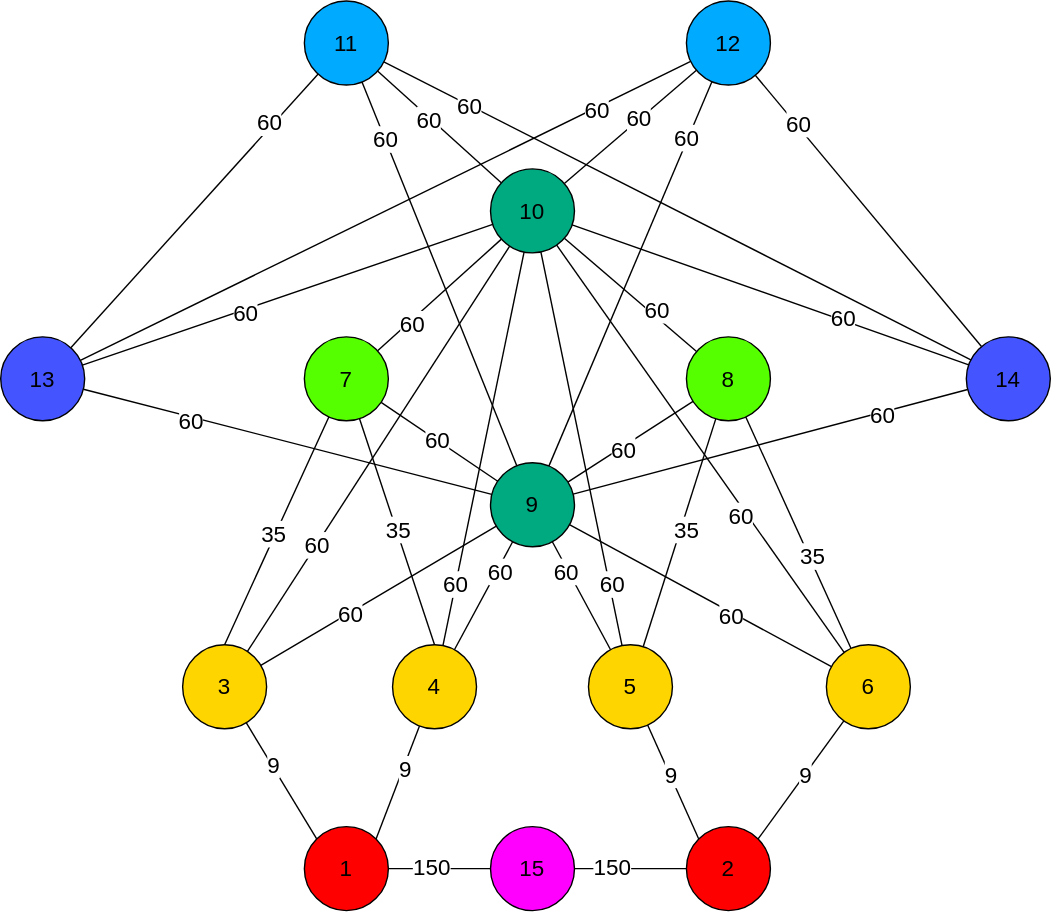
Above: site/public/maze.drawio.svg in sukolenvo/h5_template (draw.io), before the change. Source tidied: cells renumbered, new cells last; positions are measured from the earlier drawing's top-left corner, leaving out a move shared by most shapes.
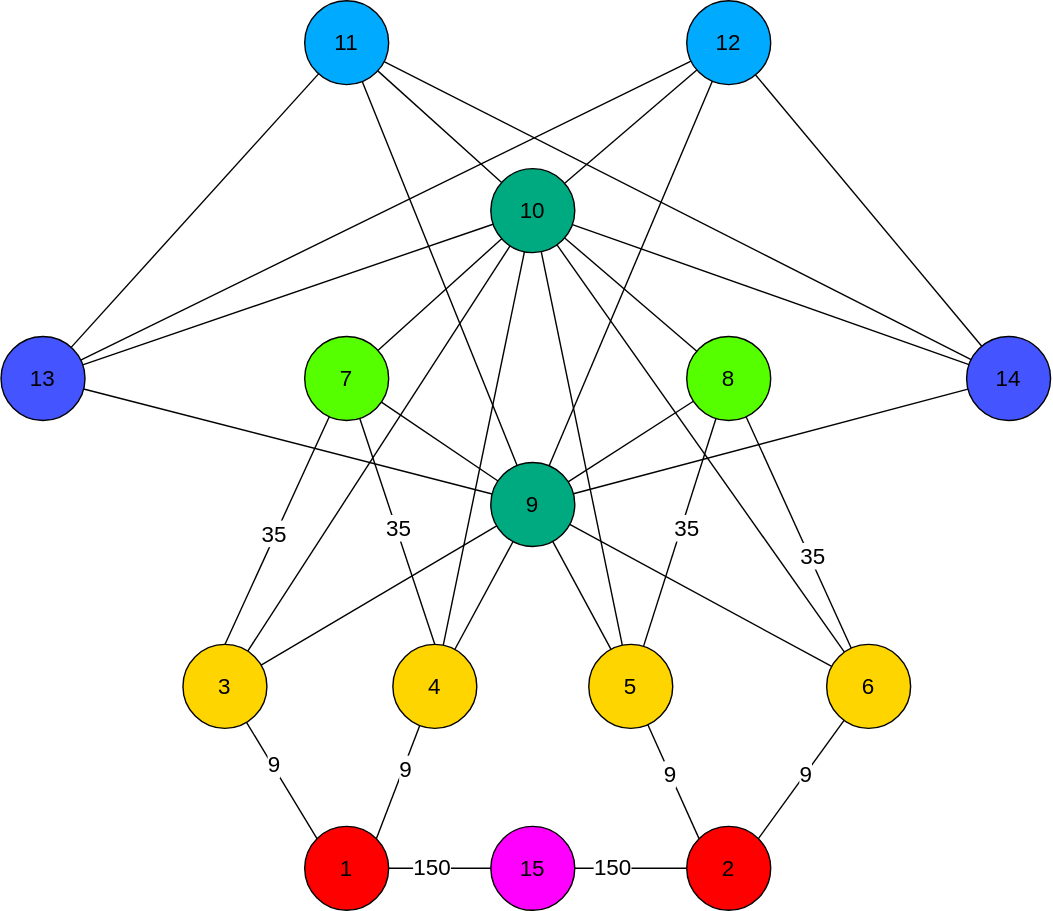
The same file after the commit.

Change to the diagram source:
```diff
@@ -41,20 +41,12 @@
     <mxCell id="14" style="edgeStyle=none;rounded=0;jettySize=auto;html=1;strokeColor=default;align=center;verticalAlign=middle;fontFamily=Helvetica;fontSize=16;fontColor=default;labelBackgroundColor=default;endArrow=none;endFill=0;" parent="1" edge="1" source="16" target="56">
       <mxGeometry relative="1" as="geometry" />
     </mxCell>
-    <mxCell id="15" value="60" style="edgeLabel;html=1;align=center;verticalAlign=middle;strokeColor=default;fontFamily=Helvetica;fontSize=16;fontColor=default;fillColor=default;" parent="14" vertex="1">
-      <mxGeometry x="-0.34" y="-4" relative="1" as="geometry" />
-    </mxCell>
     <mxCell id="16" value="8" style="ellipse;whiteSpace=wrap;html=1;fillColor=#55ff00;fontSize=16;" parent="1" vertex="1">
       <mxGeometry x="490" y="240" width="60" height="60" as="geometry" />
     </mxCell>
     <mxCell id="17" style="edgeStyle=none;rounded=0;jettySize=auto;html=1;strokeColor=default;align=center;verticalAlign=middle;fontFamily=Helvetica;fontSize=16;fontColor=default;labelBackgroundColor=default;endArrow=none;endFill=0;" parent="1" edge="1" source="19" target="56">
       <mxGeometry relative="1" as="geometry" />
     </mxCell>
-    <mxCell id="18" value="60" style="edgeLabel;html=1;align=center;verticalAlign=middle;strokeColor=default;fontFamily=Helvetica;fontSize=16;fontColor=default;fillColor=default;" parent="17" vertex="1">
-      <mxGeometry x="-0.47" y="-1" relative="1" as="geometry">
-        <mxPoint y="1" as="offset" />
-      </mxGeometry>
-    </mxCell>
     <mxCell id="19" value="7" style="ellipse;whiteSpace=wrap;html=1;fillColor=#55ff00;fontSize=16;" parent="1" vertex="1">
       <mxGeometry x="217" y="240" width="60" height="60" as="geometry" />
     </mxCell>
@@ -82,126 +74,69 @@
     <mxCell id="27" style="edgeStyle=none;rounded=0;jettySize=auto;html=1;strokeColor=default;align=center;verticalAlign=middle;fontFamily=Helvetica;fontSize=16;fontColor=default;labelBackgroundColor=default;endArrow=none;endFill=0;" parent="1" edge="1" source="31" target="40">
       <mxGeometry relative="1" as="geometry" />
     </mxCell>
-    <mxCell id="28" value="60" style="edgeLabel;html=1;align=center;verticalAlign=middle;strokeColor=default;fontFamily=Helvetica;fontSize=16;fontColor=default;fillColor=default;" parent="27" vertex="1">
-      <mxGeometry x="-0.24" y="3" relative="1" as="geometry" />
-    </mxCell>
     <mxCell id="29" style="edgeStyle=none;rounded=0;jettySize=auto;html=1;strokeColor=default;align=center;verticalAlign=middle;fontFamily=Helvetica;fontSize=16;fontColor=default;labelBackgroundColor=default;endArrow=none;endFill=0;" parent="1" edge="1" source="31" target="56">
       <mxGeometry relative="1" as="geometry" />
     </mxCell>
-    <mxCell id="30" value="60" style="edgeLabel;html=1;align=center;verticalAlign=middle;strokeColor=default;fontFamily=Helvetica;fontSize=16;fontColor=default;fillColor=default;" parent="29" vertex="1">
-      <mxGeometry x="-0.31" y="4" relative="1" as="geometry" />
-    </mxCell>
     <mxCell id="31" value="6" style="ellipse;whiteSpace=wrap;html=1;fillColor=#FFD500;fontSize=16;" parent="1" vertex="1">
       <mxGeometry x="590" y="460" width="60" height="60" as="geometry" />
     </mxCell>
     <mxCell id="32" style="edgeStyle=none;rounded=0;jettySize=auto;html=1;strokeColor=default;align=center;verticalAlign=middle;fontFamily=Helvetica;fontSize=16;fontColor=default;labelBackgroundColor=default;endArrow=none;endFill=0;" parent="1" edge="1" source="40" target="16">
       <mxGeometry relative="1" as="geometry" />
     </mxCell>
-    <mxCell id="33" value="60" style="edgeLabel;html=1;align=center;verticalAlign=middle;strokeColor=default;fontFamily=Helvetica;fontSize=16;fontColor=default;fillColor=default;" parent="32" vertex="1">
-      <mxGeometry x="-0.15" y="-2" relative="1" as="geometry" />
-    </mxCell>
     <mxCell id="34" style="edgeStyle=none;rounded=0;jettySize=auto;html=1;strokeColor=default;align=center;verticalAlign=middle;fontFamily=Helvetica;fontSize=16;fontColor=default;labelBackgroundColor=default;endArrow=none;endFill=0;" parent="1" edge="1" source="40" target="19">
       <mxGeometry relative="1" as="geometry" />
     </mxCell>
-    <mxCell id="35" value="60" style="edgeLabel;html=1;align=center;verticalAlign=middle;strokeColor=default;fontFamily=Helvetica;fontSize=16;fontColor=default;fillColor=default;" parent="34" vertex="1">
-      <mxGeometry x="0.05" y="1" relative="1" as="geometry">
-        <mxPoint y="-1" as="offset" />
-      </mxGeometry>
-    </mxCell>
     <mxCell id="36" style="edgeStyle=none;rounded=0;jettySize=auto;html=1;strokeColor=default;align=center;verticalAlign=middle;fontFamily=Helvetica;fontSize=16;fontColor=default;labelBackgroundColor=default;endArrow=none;endFill=0;" parent="1" edge="1" source="40" target="23">
       <mxGeometry relative="1" as="geometry" />
     </mxCell>
-    <mxCell id="37" value="60" style="edgeLabel;html=1;align=center;verticalAlign=middle;strokeColor=default;fontFamily=Helvetica;fontSize=16;fontColor=default;fillColor=default;" parent="36" vertex="1">
-      <mxGeometry x="0.7" relative="1" as="geometry" />
-    </mxCell>
     <mxCell id="38" style="edgeStyle=none;rounded=0;jettySize=auto;html=1;strokeColor=default;align=center;verticalAlign=middle;fontFamily=Helvetica;fontSize=16;fontColor=default;labelBackgroundColor=default;endArrow=none;endFill=0;" parent="1" edge="1" source="40" target="24">
       <mxGeometry relative="1" as="geometry" />
     </mxCell>
-    <mxCell id="39" value="60" style="edgeLabel;html=1;align=center;verticalAlign=middle;strokeColor=default;fontFamily=Helvetica;fontSize=16;fontColor=default;fillColor=default;" parent="38" vertex="1">
-      <mxGeometry x="0.7" y="2" relative="1" as="geometry">
-        <mxPoint x="1" as="offset" />
-      </mxGeometry>
-    </mxCell>
     <mxCell id="40" value="9" style="ellipse;whiteSpace=wrap;html=1;fillColor=#00AA80;fontSize=16;" parent="1" vertex="1">
       <mxGeometry x="350" y="330" width="60" height="60" as="geometry" />
     </mxCell>
     <mxCell id="41" style="edgeStyle=none;rounded=0;jettySize=auto;html=1;strokeColor=default;align=center;verticalAlign=middle;fontFamily=Helvetica;fontSize=16;fontColor=default;labelBackgroundColor=default;endArrow=none;endFill=0;" parent="1" edge="1" source="47" target="24">
       <mxGeometry relative="1" as="geometry" />
     </mxCell>
-    <mxCell id="42" value="60" style="edgeLabel;html=1;align=center;verticalAlign=middle;strokeColor=default;fontFamily=Helvetica;fontSize=16;fontColor=default;fillColor=default;" parent="41" vertex="1">
-      <mxGeometry x="0.69" y="-1" relative="1" as="geometry" />
-    </mxCell>
     <mxCell id="43" style="edgeStyle=none;rounded=0;jettySize=auto;html=1;strokeColor=default;align=center;verticalAlign=middle;fontFamily=Helvetica;fontSize=16;fontColor=default;labelBackgroundColor=default;endArrow=none;endFill=0;" parent="1" edge="1" source="47" target="23">
       <mxGeometry relative="1" as="geometry" />
     </mxCell>
-    <mxCell id="44" value="60" style="edgeLabel;html=1;align=center;verticalAlign=middle;strokeColor=default;fontFamily=Helvetica;fontSize=16;fontColor=default;fillColor=default;" parent="43" vertex="1">
-      <mxGeometry x="0.63" y="3" relative="1" as="geometry" />
-    </mxCell>
     <mxCell id="45" style="edgeStyle=none;rounded=0;jettySize=auto;html=1;strokeColor=default;align=center;verticalAlign=middle;fontFamily=Helvetica;fontSize=16;fontColor=default;labelBackgroundColor=default;endArrow=none;endFill=0;" parent="1" edge="1" source="47" target="40">
       <mxGeometry relative="1" as="geometry" />
     </mxCell>
-    <mxCell id="46" value="60" style="edgeLabel;html=1;align=center;verticalAlign=middle;strokeColor=default;fontFamily=Helvetica;fontSize=16;fontColor=default;fillColor=default;" parent="45" vertex="1">
-      <mxGeometry x="-0.48" y="-2" relative="1" as="geometry" />
-    </mxCell>
     <mxCell id="47" value="13" style="ellipse;whiteSpace=wrap;html=1;fillColor=#4455ff;fontSize=16;" parent="1" vertex="1">
       <mxGeometry y="240" width="60" height="60" as="geometry" />
     </mxCell>
     <mxCell id="48" style="edgeStyle=none;rounded=0;jettySize=auto;html=1;strokeColor=default;align=center;verticalAlign=middle;fontFamily=Helvetica;fontSize=16;fontColor=default;labelBackgroundColor=default;endArrow=none;endFill=0;" parent="1" edge="1" source="56" target="47">
       <mxGeometry relative="1" as="geometry" />
     </mxCell>
-    <mxCell id="49" value="60" style="edgeLabel;html=1;align=center;verticalAlign=middle;strokeColor=default;fontFamily=Helvetica;fontSize=16;fontColor=default;fillColor=default;" parent="48" vertex="1">
-      <mxGeometry x="0.21" y="2" relative="1" as="geometry" />
-    </mxCell>
     <mxCell id="50" style="edgeStyle=none;rounded=0;jettySize=auto;html=1;strokeColor=default;align=center;verticalAlign=middle;fontFamily=Helvetica;fontSize=16;fontColor=default;labelBackgroundColor=default;endArrow=none;endFill=0;" parent="1" edge="1" source="56" target="63">
       <mxGeometry relative="1" as="geometry" />
     </mxCell>
-    <mxCell id="51" value="60" style="edgeLabel;html=1;align=center;verticalAlign=middle;strokeColor=default;fontFamily=Helvetica;fontSize=16;fontColor=default;fillColor=default;" parent="50" vertex="1">
-      <mxGeometry x="0.36" y="1" relative="1" as="geometry" />
-    </mxCell>
     <mxCell id="52" style="edgeStyle=none;rounded=0;jettySize=auto;html=1;strokeColor=default;align=center;verticalAlign=middle;fontFamily=Helvetica;fontSize=16;fontColor=default;labelBackgroundColor=default;endArrow=none;endFill=0;" parent="1" edge="1" source="56" target="23">
       <mxGeometry relative="1" as="geometry" />
     </mxCell>
-    <mxCell id="53" value="60" style="edgeLabel;html=1;align=center;verticalAlign=middle;strokeColor=default;fontFamily=Helvetica;fontSize=16;fontColor=default;fillColor=default;" parent="52" vertex="1">
-      <mxGeometry x="0.15" y="1" relative="1" as="geometry" />
-    </mxCell>
     <mxCell id="54" style="edgeStyle=none;rounded=0;jettySize=auto;html=1;strokeColor=default;align=center;verticalAlign=middle;fontFamily=Helvetica;fontSize=16;fontColor=default;labelBackgroundColor=default;endArrow=none;endFill=0;" parent="1" edge="1" source="56" target="24">
       <mxGeometry relative="1" as="geometry" />
     </mxCell>
-    <mxCell id="55" value="60" style="edgeLabel;html=1;align=center;verticalAlign=middle;strokeColor=default;fontFamily=Helvetica;fontSize=16;fontColor=default;fillColor=default;" parent="54" vertex="1">
-      <mxGeometry x="0.12" y="2" relative="1" as="geometry">
-        <mxPoint x="1" as="offset" />
-      </mxGeometry>
-    </mxCell>
     <mxCell id="56" value="10" style="ellipse;whiteSpace=wrap;html=1;fillColor=#00AA80;fontSize=16;" parent="1" vertex="1">
       <mxGeometry x="350" y="120" width="60" height="60" as="geometry" />
     </mxCell>
     <mxCell id="57" style="edgeStyle=none;rounded=0;jettySize=auto;html=1;strokeColor=default;align=center;verticalAlign=middle;fontFamily=Helvetica;fontSize=16;fontColor=default;labelBackgroundColor=default;endArrow=none;endFill=0;" parent="1" edge="1" source="63" target="24">
       <mxGeometry relative="1" as="geometry" />
     </mxCell>
-    <mxCell id="58" value="60" style="edgeLabel;html=1;align=center;verticalAlign=middle;strokeColor=default;fontFamily=Helvetica;fontSize=16;fontColor=default;fillColor=default;" parent="57" vertex="1">
-      <mxGeometry x="0.63" y="-1" relative="1" as="geometry" />
-    </mxCell>
     <mxCell id="59" style="edgeStyle=none;rounded=0;jettySize=auto;html=1;strokeColor=default;align=center;verticalAlign=middle;fontFamily=Helvetica;fontSize=16;fontColor=default;labelBackgroundColor=default;endArrow=none;endFill=0;" parent="1" edge="1" source="63" target="23">
       <mxGeometry relative="1" as="geometry" />
     </mxCell>
-    <mxCell id="60" value="60" style="edgeLabel;html=1;align=center;verticalAlign=middle;strokeColor=default;fontFamily=Helvetica;fontSize=16;fontColor=default;fillColor=default;" parent="59" vertex="1">
-      <mxGeometry x="0.71" relative="1" as="geometry" />
-    </mxCell>
     <mxCell id="61" style="edgeStyle=none;rounded=0;jettySize=auto;html=1;strokeColor=default;align=center;verticalAlign=middle;fontFamily=Helvetica;fontSize=16;fontColor=default;labelBackgroundColor=default;endArrow=none;endFill=0;" parent="1" edge="1" source="63" target="40">
       <mxGeometry relative="1" as="geometry" />
     </mxCell>
-    <mxCell id="62" value="60" style="edgeLabel;html=1;align=center;verticalAlign=middle;strokeColor=default;fontFamily=Helvetica;fontSize=16;fontColor=default;fillColor=default;" parent="61" vertex="1">
-      <mxGeometry x="-0.56" y="2" relative="1" as="geometry" />
-    </mxCell>
     <mxCell id="63" value="14" style="ellipse;whiteSpace=wrap;html=1;fillColor=#4455ff;fontSize=16;" parent="1" vertex="1">
       <mxGeometry x="690" y="240" width="60" height="60" as="geometry" />
     </mxCell>
     <mxCell id="64" style="edgeStyle=none;rounded=0;jettySize=auto;html=1;strokeColor=default;align=center;verticalAlign=middle;fontFamily=Helvetica;fontSize=16;fontColor=default;labelBackgroundColor=default;endArrow=none;endFill=0;" parent="1" edge="1" source="70" target="56">
       <mxGeometry relative="1" as="geometry" />
     </mxCell>
-    <mxCell id="65" value="60" style="edgeLabel;html=1;align=center;verticalAlign=middle;strokeColor=default;fontFamily=Helvetica;fontSize=16;fontColor=default;fillColor=default;" parent="64" vertex="1">
-      <mxGeometry x="-0.69" y="-2" relative="1" as="geometry" />
-    </mxCell>
     <mxCell id="66" style="edgeStyle=none;rounded=0;jettySize=auto;html=1;strokeColor=default;align=center;verticalAlign=middle;fontFamily=Helvetica;fontSize=16;fontColor=default;labelBackgroundColor=default;endArrow=none;endFill=0;" parent="1" edge="1" source="70" target="16">
       <mxGeometry relative="1" as="geometry" />
     </mxCell>
@@ -213,9 +148,6 @@
     <mxCell id="68" style="edgeStyle=none;rounded=0;jettySize=auto;html=1;strokeColor=default;align=center;verticalAlign=middle;fontFamily=Helvetica;fontSize=16;fontColor=default;labelBackgroundColor=default;endArrow=none;endFill=0;" parent="1" edge="1" source="70" target="40">
       <mxGeometry relative="1" as="geometry" />
     </mxCell>
-    <mxCell id="69" value="60" style="edgeLabel;html=1;align=center;verticalAlign=middle;strokeColor=default;fontFamily=Helvetica;fontSize=16;fontColor=default;fillColor=default;" parent="68" vertex="1">
-      <mxGeometry x="0.49" y="2" relative="1" as="geometry" />
-    </mxCell>
     <mxCell id="70" value="5" style="ellipse;whiteSpace=wrap;html=1;fillColor=#FFD500;fontSize=16;" parent="1" vertex="1">
       <mxGeometry x="420" y="460" width="60" height="60" as="geometry" />
     </mxCell>
@@ -228,15 +160,9 @@
     <mxCell id="73" style="edgeStyle=none;rounded=0;jettySize=auto;html=1;strokeColor=default;align=center;verticalAlign=middle;fontFamily=Helvetica;fontSize=16;fontColor=default;labelBackgroundColor=default;endArrow=none;endFill=0;" parent="1" edge="1" source="77" target="56">
       <mxGeometry relative="1" as="geometry" />
     </mxCell>
-    <mxCell id="74" value="60" style="edgeLabel;html=1;align=center;verticalAlign=middle;strokeColor=default;fontFamily=Helvetica;fontSize=16;fontColor=default;fillColor=default;" parent="73" vertex="1">
-      <mxGeometry x="-0.68" y="1" relative="1" as="geometry" />
-    </mxCell>
     <mxCell id="75" style="edgeStyle=none;rounded=0;jettySize=auto;html=1;strokeColor=default;align=center;verticalAlign=middle;fontFamily=Helvetica;fontSize=16;fontColor=default;labelBackgroundColor=default;endArrow=none;endFill=0;" parent="1" edge="1" source="77" target="40">
       <mxGeometry relative="1" as="geometry" />
     </mxCell>
-    <mxCell id="76" value="60" style="edgeLabel;html=1;align=center;verticalAlign=middle;strokeColor=default;fontFamily=Helvetica;fontSize=16;fontColor=default;fillColor=default;" parent="75" vertex="1">
-      <mxGeometry x="0.47" y="-2" relative="1" as="geometry" />
-    </mxCell>
     <mxCell id="77" value="4" style="ellipse;whiteSpace=wrap;html=1;fillColor=#FFD500;fontSize=16;" parent="1" vertex="1">
       <mxGeometry x="280" y="460" width="60" height="60" as="geometry" />
     </mxCell>
@@ -249,15 +175,9 @@
     <mxCell id="80" style="edgeStyle=none;rounded=0;jettySize=auto;html=1;strokeColor=default;align=center;verticalAlign=middle;fontFamily=Helvetica;fontSize=16;fontColor=default;labelBackgroundColor=default;endArrow=none;endFill=0;" parent="1" edge="1" source="84" target="40">
       <mxGeometry relative="1" as="geometry" />
     </mxCell>
-    <mxCell id="81" value="60" style="edgeLabel;html=1;align=center;verticalAlign=middle;strokeColor=default;fontFamily=Helvetica;fontSize=16;fontColor=default;fillColor=default;" parent="80" vertex="1">
-      <mxGeometry x="-0.25" relative="1" as="geometry" />
-    </mxCell>
     <mxCell id="82" style="edgeStyle=none;rounded=0;jettySize=auto;html=1;strokeColor=default;align=center;verticalAlign=middle;fontFamily=Helvetica;fontSize=16;fontColor=default;labelBackgroundColor=default;endArrow=none;endFill=0;" parent="1" edge="1" source="84" target="56">
       <mxGeometry relative="1" as="geometry" />
     </mxCell>
-    <mxCell id="83" value="60" style="edgeLabel;html=1;align=center;verticalAlign=middle;strokeColor=default;fontFamily=Helvetica;fontSize=16;fontColor=default;fillColor=default;" parent="82" vertex="1">
-      <mxGeometry x="-0.47" relative="1" as="geometry" />
-    </mxCell>
     <mxCell id="84" value="3" style="ellipse;whiteSpace=wrap;html=1;fillColor=#FFD500;fontSize=16;" parent="1" vertex="1">
       <mxGeometry x="130" y="460" width="60" height="60" as="geometry" />
     </mxCell>
```
